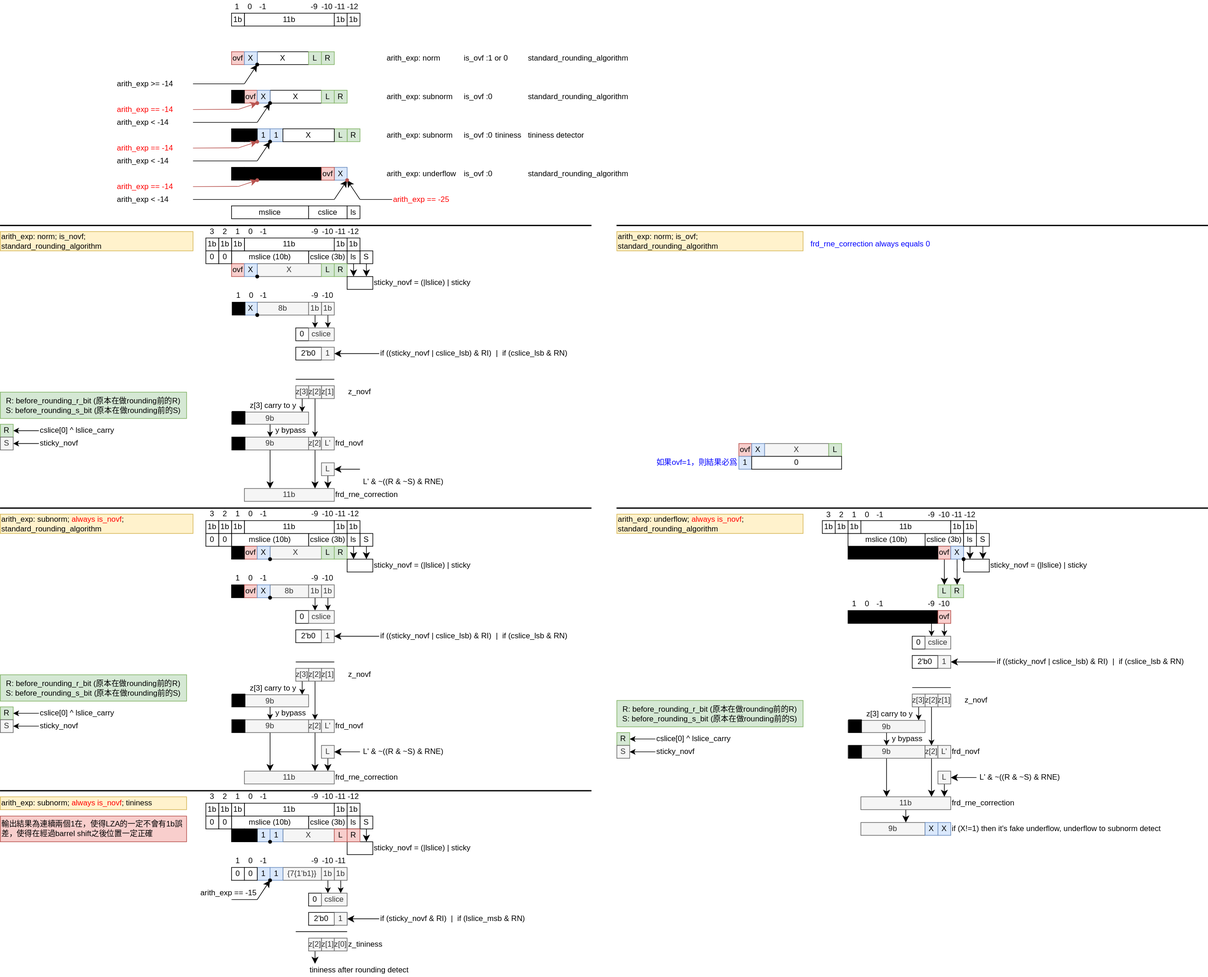
Above: de/fpu/include_f16mis/f16div_frd_rne_correction_rounding_inc_algorithm.svg in jnjnliwenjie0022/obs (draw.io), before the change. Source tidied: cells renumbered, new cells last; positions are measured from the earlier drawing's top-left corner, leaving out a move shared by most shapes.
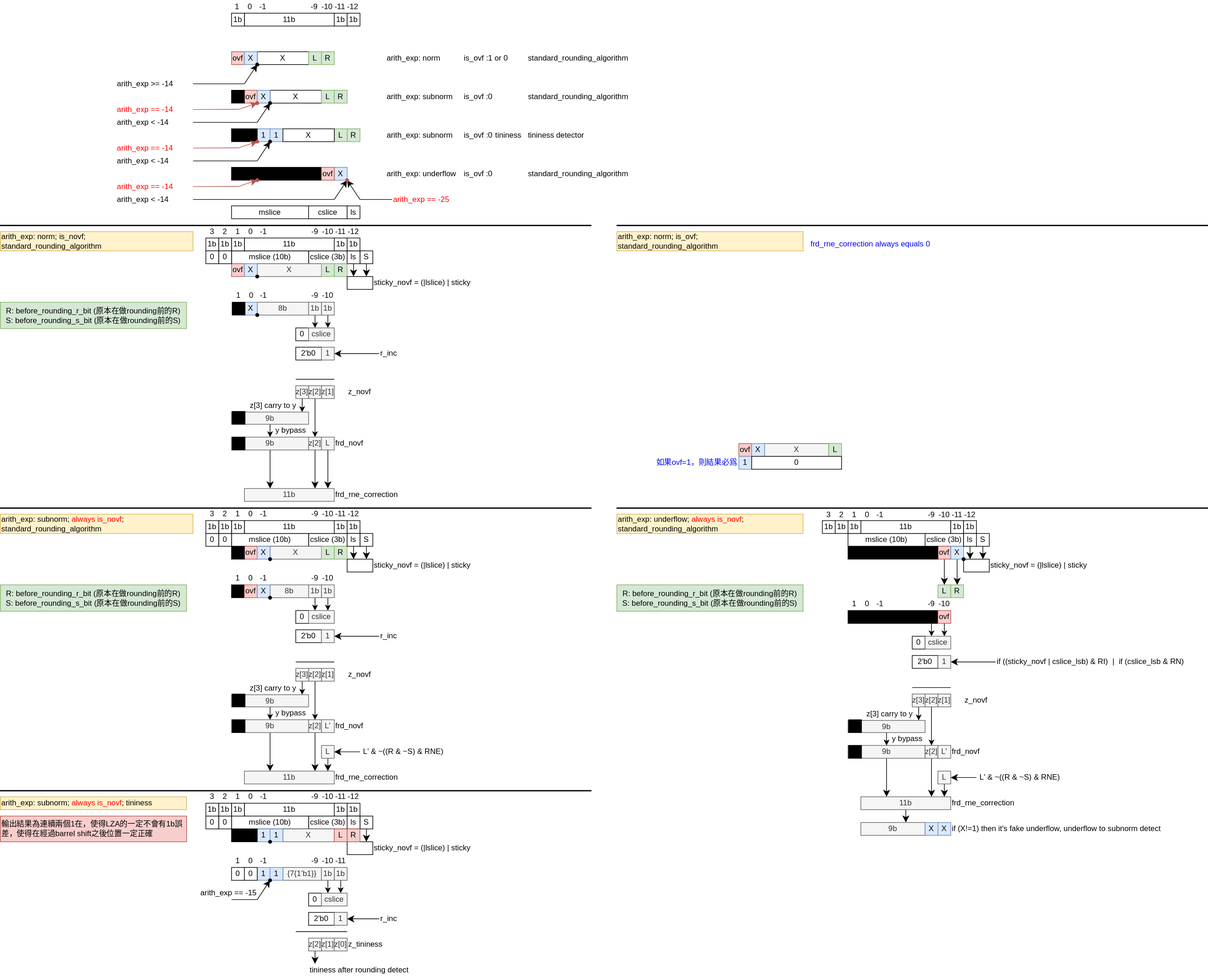
The same diagram one commit later.

The edit, as a diff of the source:
```diff
@@ -62,40 +62,11 @@
     <mxCell id="19" value="y bypass" style="whiteSpace=wrap;html=1;fillColor=none;strokeColor=none;" parent="1" vertex="1">
       <mxGeometry x="425" y="660" width="55" height="20" as="geometry" />
     </mxCell>
-    <mxCell id="20" value="R" style="whiteSpace=wrap;html=1;fillColor=#d5e8d4;strokeColor=#82b366;" parent="1" vertex="1">
-      <mxGeometry y="660" width="20" height="20" as="geometry" />
-    </mxCell>
-    <mxCell id="21" style="edgeStyle=orthogonalEdgeStyle;rounded=0;jettySize=auto;html=1;entryX=1;entryY=0.5;entryDx=0;entryDy=0;" parent="1" edge="1" source="22" target="20">
-      <mxGeometry relative="1" as="geometry" />
-    </mxCell>
-    <mxCell id="22" value="cslice[0]&amp;nbsp;^ lslice_carry" style="whiteSpace=wrap;html=1;fillColor=none;strokeColor=none;align=left;" parent="1" vertex="1">
-      <mxGeometry x="60" y="660" width="140" height="20" as="geometry" />
-    </mxCell>
-    <mxCell id="23" value="S" style="whiteSpace=wrap;html=1;fillColor=#f5f5f5;fontColor=#333333;strokeColor=#666666;" parent="1" vertex="1">
-      <mxGeometry y="680" width="20" height="20" as="geometry" />
-    </mxCell>
-    <mxCell id="24" style="edgeStyle=orthogonalEdgeStyle;rounded=0;jettySize=auto;html=1;entryX=1;entryY=0.5;entryDx=0;entryDy=0;align=left;" parent="1" edge="1" source="25" target="23">
-      <mxGeometry relative="1" as="geometry" />
-    </mxCell>
-    <mxCell id="25" value="sticky_novf&amp;nbsp;" style="whiteSpace=wrap;html=1;fillColor=none;strokeColor=none;align=left;" parent="1" vertex="1">
-      <mxGeometry x="60" y="680" width="140" height="20" as="geometry" />
-    </mxCell>
-    <mxCell id="26" style="edgeStyle=none;curved=1;rounded=0;jettySize=auto;html=1;exitX=0.5;exitY=1;exitDx=0;exitDy=0;fontSize=12;startSize=8;endSize=8;" parent="1" edge="1" source="27">
+    <mxCell id="26" style="edgeStyle=none;curved=1;rounded=0;jettySize=auto;html=1;exitX=0.5;exitY=1;exitDx=0;exitDy=0;fontSize=12;startSize=8;endSize=8;" parent="1" edge="1" source="127">
       <mxGeometry relative="1" as="geometry">
         <mxPoint x="510" y="760" as="targetPoint" />
       </mxGeometry>
     </mxCell>
-    <mxCell id="27" value="L" style="whiteSpace=wrap;html=1;fillColor=#f5f5f5;fontColor=#333333;strokeColor=#666666;" parent="1" vertex="1">
-      <mxGeometry x="500" y="720" width="20" height="20" as="geometry" />
-    </mxCell>
-    <mxCell id="28" style="edgeStyle=none;curved=1;rounded=0;jettySize=auto;html=1;entryX=1;entryY=0.5;entryDx=0;entryDy=0;fontSize=12;startSize=8;endSize=8;" parent="1" edge="1" target="27">
-      <mxGeometry relative="1" as="geometry">
-        <mxPoint x="560" y="730" as="sourcePoint" />
-      </mxGeometry>
-    </mxCell>
-    <mxCell id="29" value="&amp;nbsp;L' &amp;amp; ~((R &amp;amp; ~S) &amp;amp; RNE)" style="whiteSpace=wrap;html=1;fillColor=none;strokeColor=none;align=left;" parent="1" vertex="1">
-      <mxGeometry x="560" y="740" width="200" height="20" as="geometry" />
-    </mxCell>
     <mxCell id="30" style="edgeStyle=orthogonalEdgeStyle;rounded=0;jettySize=auto;html=1;" parent="1" edge="1" source="31">
       <mxGeometry relative="1" as="geometry">
         <mxPoint x="510" y="510" as="targetPoint" />
@@ -378,7 +349,7 @@
       <mxGeometry x="560" y="390" width="20" height="20" as="geometry" />
     </mxCell>
     <mxCell id="109" value="&lt;font style=&quot;font-size: 12px;&quot;&gt;R: before_rounding_r_bit (原本在做rounding前的R)&lt;br&gt;S: before_rounding_s_bit (原本在做rounding前的S)&lt;br&gt;&lt;/font&gt;" style="whiteSpace=wrap;html=1;fillColor=#d5e8d4;strokeColor=#82b366;" parent="1" vertex="1">
-      <mxGeometry y="610" width="290" height="41" as="geometry" />
+      <mxGeometry y="470" width="290" height="41" as="geometry" />
     </mxCell>
     <mxCell id="110" value="cslice (3b)" style="whiteSpace=wrap;html=1;" parent="1" vertex="1">
       <mxGeometry x="480" y="390" width="60" height="20" as="geometry" />
@@ -435,7 +406,7 @@
     <mxCell id="126" style="whiteSpace=wrap;html=1;fillColor=#000000;" parent="1" vertex="1">
       <mxGeometry x="361" y="470" width="20" height="20" as="geometry" />
     </mxCell>
-    <mxCell id="127" value="L'" style="whiteSpace=wrap;html=1;fillColor=#f5f5f5;fontColor=#333333;strokeColor=#666666;" parent="1" vertex="1">
+    <mxCell id="127" value="L" style="whiteSpace=wrap;html=1;fillColor=#f5f5f5;fontColor=#333333;strokeColor=#666666;" parent="1" vertex="1">
       <mxGeometry x="500" y="680" width="20" height="20" as="geometry" />
     </mxCell>
     <mxCell id="128" style="whiteSpace=wrap;html=1;fillColor=#000000;" parent="1" vertex="1">
@@ -510,24 +481,6 @@
     <mxCell id="149" value="y bypass" style="whiteSpace=wrap;html=1;fillColor=none;strokeColor=none;" parent="1" vertex="1">
       <mxGeometry x="425" y="1100" width="55" height="20" as="geometry" />
     </mxCell>
-    <mxCell id="150" value="R" style="whiteSpace=wrap;html=1;fillColor=#d5e8d4;strokeColor=#82b366;" parent="1" vertex="1">
-      <mxGeometry y="1100" width="20" height="20" as="geometry" />
-    </mxCell>
-    <mxCell id="151" style="edgeStyle=orthogonalEdgeStyle;rounded=0;jettySize=auto;html=1;entryX=1;entryY=0.5;entryDx=0;entryDy=0;" parent="1" edge="1" source="152" target="150">
-      <mxGeometry relative="1" as="geometry" />
-    </mxCell>
-    <mxCell id="152" value="cslice[0]&amp;nbsp;^ lslice_carry" style="whiteSpace=wrap;html=1;fillColor=none;strokeColor=none;align=left;" parent="1" vertex="1">
-      <mxGeometry x="60" y="1100" width="140" height="20" as="geometry" />
-    </mxCell>
-    <mxCell id="153" value="S" style="whiteSpace=wrap;html=1;fillColor=#f5f5f5;fontColor=#333333;strokeColor=#666666;" parent="1" vertex="1">
-      <mxGeometry y="1120" width="20" height="20" as="geometry" />
-    </mxCell>
-    <mxCell id="154" style="edgeStyle=orthogonalEdgeStyle;rounded=0;jettySize=auto;html=1;entryX=1;entryY=0.5;entryDx=0;entryDy=0;align=left;" parent="1" edge="1" source="155" target="153">
-      <mxGeometry relative="1" as="geometry" />
-    </mxCell>
-    <mxCell id="155" value="sticky_novf&amp;nbsp;" style="whiteSpace=wrap;html=1;fillColor=none;strokeColor=none;align=left;" parent="1" vertex="1">
-      <mxGeometry x="60" y="1120" width="140" height="20" as="geometry" />
-    </mxCell>
     <mxCell id="156" style="edgeStyle=none;curved=1;rounded=0;jettySize=auto;html=1;exitX=0.5;exitY=1;exitDx=0;exitDy=0;fontSize=12;startSize=8;endSize=8;" parent="1" edge="1" source="157">
       <mxGeometry relative="1" as="geometry">
         <mxPoint x="510" y="1200" as="targetPoint" />
@@ -580,7 +533,7 @@
       <mxGeometry y="800" width="300" height="30" as="geometry" />
     </mxCell>
     <mxCell id="170" value="&lt;font style=&quot;font-size: 12px;&quot;&gt;R: before_rounding_r_bit (原本在做rounding前的R)&lt;br&gt;S: before_rounding_s_bit (原本在做rounding前的S)&lt;br&gt;&lt;/font&gt;" style="whiteSpace=wrap;html=1;fillColor=#d5e8d4;strokeColor=#82b366;" parent="1" vertex="1">
-      <mxGeometry y="1050" width="290" height="41" as="geometry" />
+      <mxGeometry y="910" width="290" height="41" as="geometry" />
     </mxCell>
     <mxCell id="171" value="cslice (3b)" style="whiteSpace=wrap;html=1;" parent="1" vertex="1">
       <mxGeometry x="480" y="830" width="60" height="20" as="geometry" />
@@ -696,24 +649,6 @@
     <mxCell id="206" value="y bypass" style="whiteSpace=wrap;html=1;fillColor=none;strokeColor=none;" parent="1" vertex="1">
       <mxGeometry x="1385" y="1140" width="55" height="20" as="geometry" />
     </mxCell>
-    <mxCell id="207" value="R" style="whiteSpace=wrap;html=1;fillColor=#d5e8d4;strokeColor=#82b366;" parent="1" vertex="1">
-      <mxGeometry x="960" y="1140" width="20" height="20" as="geometry" />
-    </mxCell>
-    <mxCell id="208" style="edgeStyle=orthogonalEdgeStyle;rounded=0;jettySize=auto;html=1;entryX=1;entryY=0.5;entryDx=0;entryDy=0;" parent="1" edge="1" source="209" target="207">
-      <mxGeometry relative="1" as="geometry" />
-    </mxCell>
-    <mxCell id="209" value="cslice[0]&amp;nbsp;^ lslice_carry" style="whiteSpace=wrap;html=1;fillColor=none;strokeColor=none;align=left;" parent="1" vertex="1">
-      <mxGeometry x="1020" y="1140" width="140" height="20" as="geometry" />
-    </mxCell>
-    <mxCell id="210" value="S" style="whiteSpace=wrap;html=1;fillColor=#f5f5f5;fontColor=#333333;strokeColor=#666666;" parent="1" vertex="1">
-      <mxGeometry x="960" y="1160" width="20" height="20" as="geometry" />
-    </mxCell>
-    <mxCell id="211" style="edgeStyle=orthogonalEdgeStyle;rounded=0;jettySize=auto;html=1;entryX=1;entryY=0.5;entryDx=0;entryDy=0;align=left;" parent="1" edge="1" source="212" target="210">
-      <mxGeometry relative="1" as="geometry" />
-    </mxCell>
-    <mxCell id="212" value="sticky_novf&amp;nbsp;" style="whiteSpace=wrap;html=1;fillColor=none;strokeColor=none;align=left;" parent="1" vertex="1">
-      <mxGeometry x="1020" y="1160" width="140" height="20" as="geometry" />
-    </mxCell>
     <mxCell id="213" style="edgeStyle=none;curved=1;rounded=0;jettySize=auto;html=1;exitX=0.5;exitY=1;exitDx=0;exitDy=0;fontSize=12;startSize=8;endSize=8;" parent="1" edge="1" source="214">
       <mxGeometry relative="1" as="geometry">
         <mxPoint x="1470" y="1240" as="targetPoint" />
@@ -756,7 +691,7 @@
       <mxGeometry x="960" y="800" width="290" height="30" as="geometry" />
     </mxCell>
     <mxCell id="223" value="&lt;font style=&quot;font-size: 12px;&quot;&gt;R: before_rounding_r_bit (原本在做rounding前的R)&lt;br&gt;S: before_rounding_s_bit (原本在做rounding前的S)&lt;br&gt;&lt;/font&gt;" style="whiteSpace=wrap;html=1;fillColor=#d5e8d4;strokeColor=#82b366;" parent="1" vertex="1">
-      <mxGeometry x="960" y="1090" width="290" height="41" as="geometry" />
+      <mxGeometry x="960" y="910" width="290" height="41" as="geometry" />
     </mxCell>
     <mxCell id="224" value="cslice (3b)" style="whiteSpace=wrap;html=1;" parent="1" vertex="1">
       <mxGeometry x="1440" y="830" width="60" height="20" as="geometry" />
@@ -870,12 +805,11 @@
     <mxCell id="258" value="1b" style="whiteSpace=wrap;html=1;fillColor=#f5f5f5;fontColor=#333333;strokeColor=#666666;" parent="1" vertex="1">
       <mxGeometry x="520" y="1350" width="20" height="20" as="geometry" />
     </mxCell>
-    <mxCell id="259" style="edgeStyle=none;curved=1;rounded=0;jettySize=auto;html=1;entryX=1;entryY=0.5;entryDx=0;entryDy=0;fontSize=12;startSize=8;endSize=8;" parent="1" edge="1" source="260" target="283">
-      <mxGeometry relative="1" as="geometry" />
+    <mxCell id="259" style="edgeStyle=none;curved=1;rounded=0;jettySize=auto;html=1;entryX=1;entryY=0.5;entryDx=0;entryDy=0;fontSize=12;startSize=8;endSize=8;" parent="1" edge="1" target="283">
+      <mxGeometry relative="1" as="geometry">
+        <mxPoint x="590" y="1430" as="sourcePoint" />
+      </mxGeometry>
     </mxCell>
-    <mxCell id="260" value="if (sticky_novf&amp;nbsp;&amp;amp; RI)" style="whiteSpace=wrap;html=1;fillColor=none;strokeColor=none;align=left;" parent="1" vertex="1">
-      <mxGeometry x="590" y="1420" width="110" height="20" as="geometry" />
-    </mxCell>
     <mxCell id="261" style="edgeStyle=orthogonalEdgeStyle;rounded=0;jettySize=auto;html=1;" parent="1" edge="1" source="262">
       <mxGeometry relative="1" as="geometry">
         <mxPoint x="510" y="1390" as="targetPoint" />
@@ -947,12 +881,6 @@
     <mxCell id="283" value="1" style="whiteSpace=wrap;html=1;fillColor=#f5f5f5;strokeColor=#666666;fontColor=#333333;" parent="1" vertex="1">
       <mxGeometry x="520" y="1420" width="20" height="20" as="geometry" />
     </mxCell>
-    <mxCell id="284" value="if (lslice_msb &amp;amp; RN)" style="whiteSpace=wrap;html=1;fillColor=none;strokeColor=none;align=left;" parent="1" vertex="1">
-      <mxGeometry x="710" y="1420" width="130" height="20" as="geometry" />
-    </mxCell>
-    <mxCell id="285" value="|" style="whiteSpace=wrap;html=1;fillColor=none;strokeColor=none;align=left;" parent="1" vertex="1">
-      <mxGeometry x="700" y="1420" width="10" height="20" as="geometry" />
-    </mxCell>
     <mxCell id="286" value="輸出結果為連續兩個1在，使得LZA的一定不會有1b誤差，使得在經過barrel shift之後位置一定正確" style="whiteSpace=wrap;html=1;fillColor=#f8cecc;strokeColor=#b85450;align=left;" parent="1" vertex="1">
       <mxGeometry y="1270" width="290" height="40" as="geometry" />
     </mxCell>
@@ -1318,18 +1246,11 @@
     <mxCell id="400" value="-1" style="whiteSpace=wrap;html=1;fillColor=none;strokeColor=none;" parent="1" vertex="1">
       <mxGeometry x="399" width="20" height="20" as="geometry" />
     </mxCell>
-    <mxCell id="401" style="edgeStyle=none;curved=1;rounded=0;jettySize=auto;html=1;entryX=1;entryY=0.5;entryDx=0;entryDy=0;fontSize=12;startSize=8;endSize=8;" parent="1" edge="1" source="402" target="161">
-      <mxGeometry relative="1" as="geometry" />
+    <mxCell id="401" style="edgeStyle=none;curved=1;rounded=0;jettySize=auto;html=1;entryX=1;entryY=0.5;entryDx=0;entryDy=0;fontSize=12;startSize=8;endSize=8;" parent="1" edge="1" target="161">
+      <mxGeometry relative="1" as="geometry">
+        <mxPoint x="590" y="990" as="sourcePoint" />
+      </mxGeometry>
     </mxCell>
-    <mxCell id="402" value="if ((sticky_novf | cslice_lsb) &amp;amp; RI)" style="whiteSpace=wrap;html=1;fillColor=none;strokeColor=none;align=left;" parent="1" vertex="1">
-      <mxGeometry x="590" y="980" width="180" height="20" as="geometry" />
-    </mxCell>
-    <mxCell id="403" value="if (cslice_lsb &amp;amp; RN)" style="whiteSpace=wrap;html=1;fillColor=none;strokeColor=none;align=left;" parent="1" vertex="1">
-      <mxGeometry x="780" y="980" width="130" height="20" as="geometry" />
-    </mxCell>
-    <mxCell id="404" value="|" style="whiteSpace=wrap;html=1;fillColor=none;strokeColor=none;align=left;" parent="1" vertex="1">
-      <mxGeometry x="770" y="980" width="10" height="20" as="geometry" />
-    </mxCell>
     <mxCell id="405" value="2'b0" style="whiteSpace=wrap;html=1;" parent="1" vertex="1">
       <mxGeometry x="460" y="540" width="40" height="20" as="geometry" />
     </mxCell>
@@ -1339,15 +1260,9 @@
     <mxCell id="407" style="edgeStyle=none;curved=1;rounded=0;jettySize=auto;html=1;entryX=1;entryY=0.5;entryDx=0;entryDy=0;fontSize=12;startSize=8;endSize=8;" parent="1" edge="1" source="408" target="406">
       <mxGeometry relative="1" as="geometry" />
     </mxCell>
-    <mxCell id="408" value="if ((sticky_novf | cslice_lsb) &amp;amp; RI)" style="whiteSpace=wrap;html=1;fillColor=none;strokeColor=none;align=left;" parent="1" vertex="1">
+    <mxCell id="408" value="r_inc" style="whiteSpace=wrap;html=1;fillColor=none;strokeColor=none;align=left;" parent="1" vertex="1">
       <mxGeometry x="590" y="540" width="180" height="20" as="geometry" />
     </mxCell>
-    <mxCell id="409" value="if (cslice_lsb &amp;amp; RN)" style="whiteSpace=wrap;html=1;fillColor=none;strokeColor=none;align=left;" parent="1" vertex="1">
-      <mxGeometry x="780" y="540" width="130" height="20" as="geometry" />
-    </mxCell>
-    <mxCell id="410" value="|" style="whiteSpace=wrap;html=1;fillColor=none;strokeColor=none;align=left;" parent="1" vertex="1">
-      <mxGeometry x="770" y="540" width="10" height="20" as="geometry" />
-    </mxCell>
     <mxCell id="411" value="2'b0" style="whiteSpace=wrap;html=1;" parent="1" vertex="1">
       <mxGeometry x="1420" y="1020" width="40" height="20" as="geometry" />
     </mxCell>
@@ -1387,5 +1302,11 @@
     <mxCell id="423" value="0" style="whiteSpace=wrap;html=1;" parent="1" vertex="1">
       <mxGeometry x="1170" y="710" width="140" height="20" as="geometry" />
     </mxCell>
+    <mxCell id="424" value="r_inc" style="whiteSpace=wrap;html=1;fillColor=none;strokeColor=none;align=left;" parent="1" vertex="1">
+      <mxGeometry x="590" y="980" width="180" height="20" as="geometry" />
+    </mxCell>
+    <mxCell id="425" value="r_inc" style="whiteSpace=wrap;html=1;fillColor=none;strokeColor=none;align=left;" parent="1" vertex="1">
+      <mxGeometry x="590" y="1420" width="180" height="20" as="geometry" />
+    </mxCell>
   </root>
 </mxGraphModel>
```
